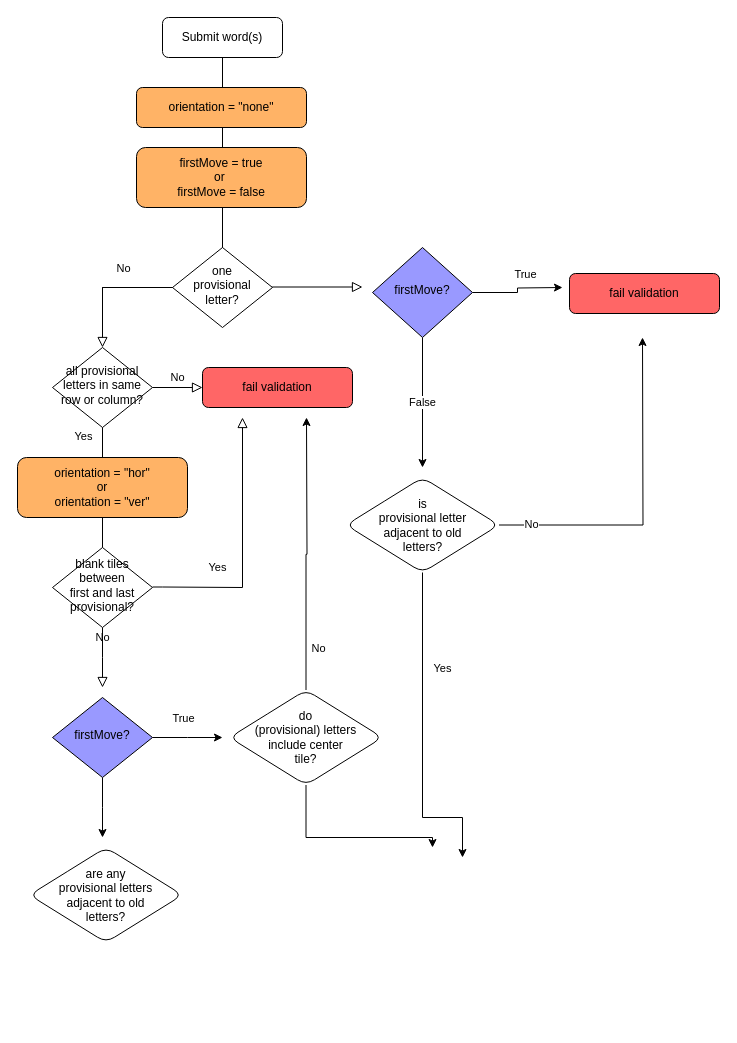
Above: Untitled Diagram.drawio in davebenjoya/scrooble (draw.io), before the change. Source tidied: cells renumbered, new cells numbered last; positions are measured from the earlier drawing's top-left corner, leaving out a move shared by most shapes. Both pictures are drawn from the tidied source at 100%, with x=0, y=0 at pixel (17, 17).
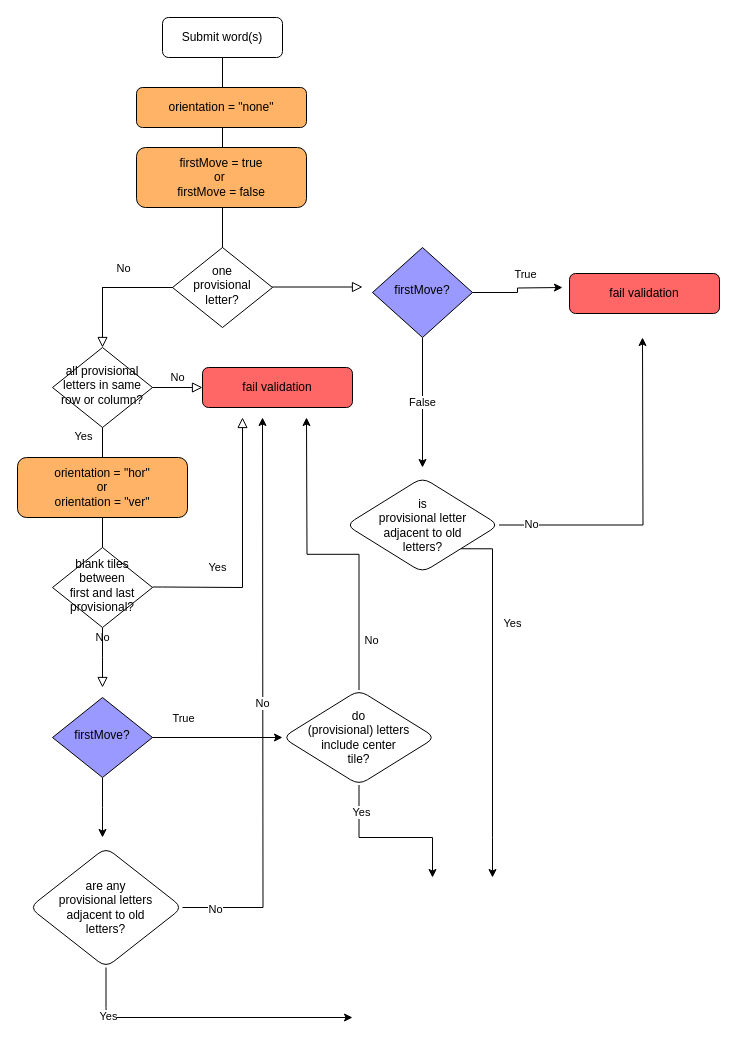
Above is the later version.

Unchanged cells that the change refers to:
```xml
<mxCell id="24" value="firstMove?" style="rhombus;whiteSpace=wrap;html=1;shadow=0;fontFamily=Helvetica;fontSize=12;align=center;strokeWidth=1;spacing=6;spacingTop=-4;fillColor=#9999FF;" parent="1" vertex="1">
  <mxGeometry x="35" y="680" width="100" height="80" as="geometry" />
</mxCell>
<mxCell id="36" value="&lt;span&gt;is&lt;br&gt;provisional letter&lt;br&gt;adjacent to old&lt;br&gt;letters?&lt;/span&gt;" style="rhombus;whiteSpace=wrap;html=1;rounded=1;shadow=0;strokeWidth=1;glass=0;" parent="1" vertex="1">
  <mxGeometry x="328.5" y="460" width="153" height="95" as="geometry" />
</mxCell>
```

Diff of the diagram source:
```diff
@@
-    <mxCell id="22" style="edgeStyle=orthogonalEdgeStyle;rounded=0;jettySize=auto;html=1;" parent="1" edge="1" source="24">
-      <mxGeometry relative="1" as="geometry">
-        <mxPoint x="205" y="720" as="targetPoint" />
-      </mxGeometry>
+    <mxCell id="22" style="edgeStyle=orthogonalEdgeStyle;rounded=0;jettySize=auto;html=1;entryX=0;entryY=0.5;entryDx=0;entryDy=0;" parent="1" edge="1" source="24" target="26">
+      <mxGeometry relative="1" as="geometry" />
     </mxCell>
@@
     <mxCell id="25" style="edgeStyle=orthogonalEdgeStyle;rounded=0;jettySize=auto;html=1;" parent="1" edge="1" source="26">
       <mxGeometry relative="1" as="geometry">
-        <mxPoint x="415" y="830" as="targetPoint" />
+        <mxPoint x="415" y="860" as="targetPoint" />
         <Array as="points">
-          <mxPoint x="289" y="820" />
+          <mxPoint x="342" y="820" />
+          <mxPoint x="415" y="820" />
         </Array>
       </mxGeometry>
     </mxCell>
+    <mxCell id="37" value="Yes" style="edgeLabel;html=1;align=center;verticalAlign=middle;" parent="25" vertex="1">
+      <mxGeometry x="-0.68" y="2" relative="1" as="geometry" />
+    </mxCell>
     <mxCell id="26" value="&lt;span&gt;do &lt;br&gt;(provisional) letters &lt;br&gt;include center &lt;br&gt;tile?&lt;/span&gt;" style="rhombus;whiteSpace=wrap;html=1;rounded=1;shadow=0;strokeWidth=1;glass=0;" parent="1" vertex="1">
-      <mxGeometry x="212" y="672.5" width="153" height="95" as="geometry" />
+      <mxGeometry x="265" y="672.5" width="153" height="95" as="geometry" />
     </mxCell>
@@
+    <mxCell id="38" style="edgeStyle=orthogonalEdgeStyle;rounded=0;jettySize=auto;html=1;" parent="1" edge="1" source="29">
+      <mxGeometry relative="1" as="geometry">
+        <mxPoint x="335" y="1000" as="targetPoint" />
+        <Array as="points">
+          <mxPoint x="89" y="990" />
+          <mxPoint x="89" y="990" />
+        </Array>
+      </mxGeometry>
+    </mxCell>
+    <mxCell id="39" value="Yes" style="edgeLabel;html=1;align=center;verticalAlign=middle;" parent="38" vertex="1">
+      <mxGeometry x="-0.65" y="2" relative="1" as="geometry" />
+    </mxCell>
+    <mxCell id="40" value="No" style="edgeStyle=orthogonalEdgeStyle;rounded=0;jettySize=auto;html=1;" parent="1" edge="1" source="29">
+      <mxGeometry relative="1" as="geometry">
+        <mxPoint x="245" y="400" as="targetPoint" />
+      </mxGeometry>
+    </mxCell>
+    <mxCell id="41" value="No" style="edgeLabel;html=1;align=center;verticalAlign=middle;" parent="40" vertex="1">
+      <mxGeometry x="-0.89" y="-1" relative="1" as="geometry">
+        <mxPoint x="1" as="offset" />
+      </mxGeometry>
+    </mxCell>
     <mxCell id="29" value="&lt;span&gt;are any&lt;br&gt;provisional letters &lt;br&gt;adjacent to old&lt;br&gt;letters?&lt;/span&gt;" style="rhombus;whiteSpace=wrap;html=1;rounded=1;shadow=0;strokeWidth=1;glass=0;" parent="1" vertex="1">
-      <mxGeometry x="12" y="830" width="153" height="95" as="geometry" />
+      <mxGeometry x="12" y="830" width="153" height="120" as="geometry" />
     </mxCell>
@@
-    <mxCell id="35" value="Yes" style="edgeStyle=orthogonalEdgeStyle;rounded=0;jettySize=auto;html=1;" parent="1" edge="1" source="36">
+    <mxCell id="35" value="Yes" style="edgeStyle=orthogonalEdgeStyle;rounded=0;jettySize=auto;html=1;exitX=1;exitY=1;exitDx=0;exitDy=0;" parent="1" edge="1" source="36">
       <mxGeometry x="-0.41" y="20" relative="1" as="geometry">
-        <mxPoint x="445" y="840" as="targetPoint" />
+        <mxPoint x="475" y="860" as="targetPoint" />
         <Array as="points">
-          <mxPoint x="405" y="800" />
+          <mxPoint x="475" y="531" />
+          <mxPoint x="475" y="820" />
         </Array>
       </mxGeometry>
     </mxCell>
```
